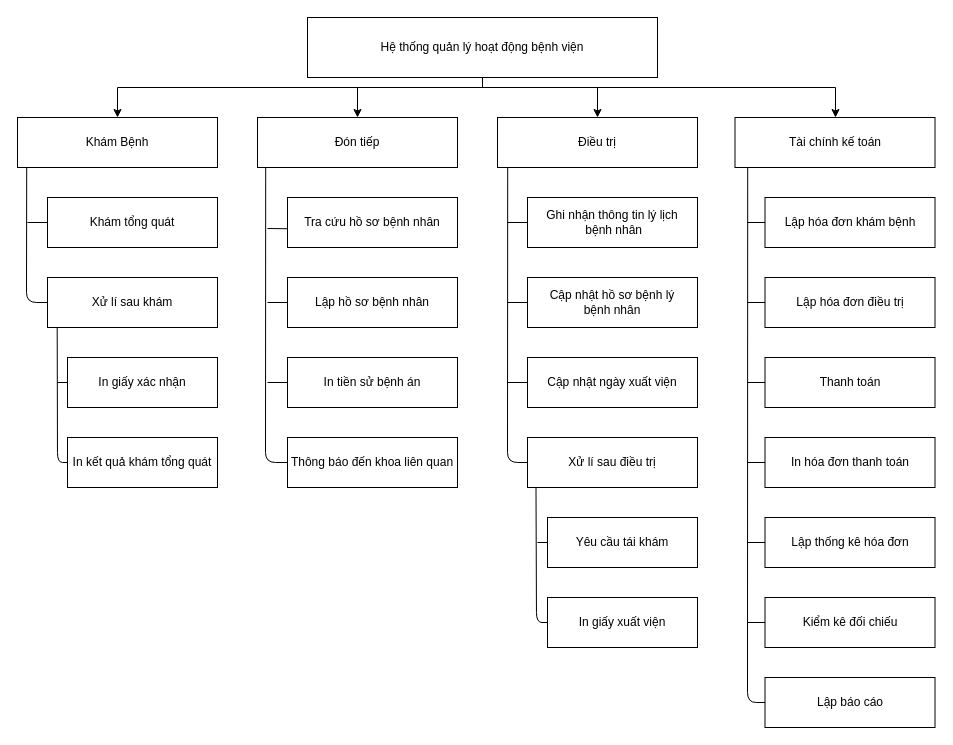
This is PhanRaChucNang.drawio from Nhatran241/HTTT, a draw.io file, before an edit. Source tidied: cells renumbered, new cells numbered last; positions are measured from the earlier drawing's top-left corner, leaving out a move shared by most shapes. Both pictures are drawn from the tidied source at 100%, with x=0, y=0 at pixel (17, 17).
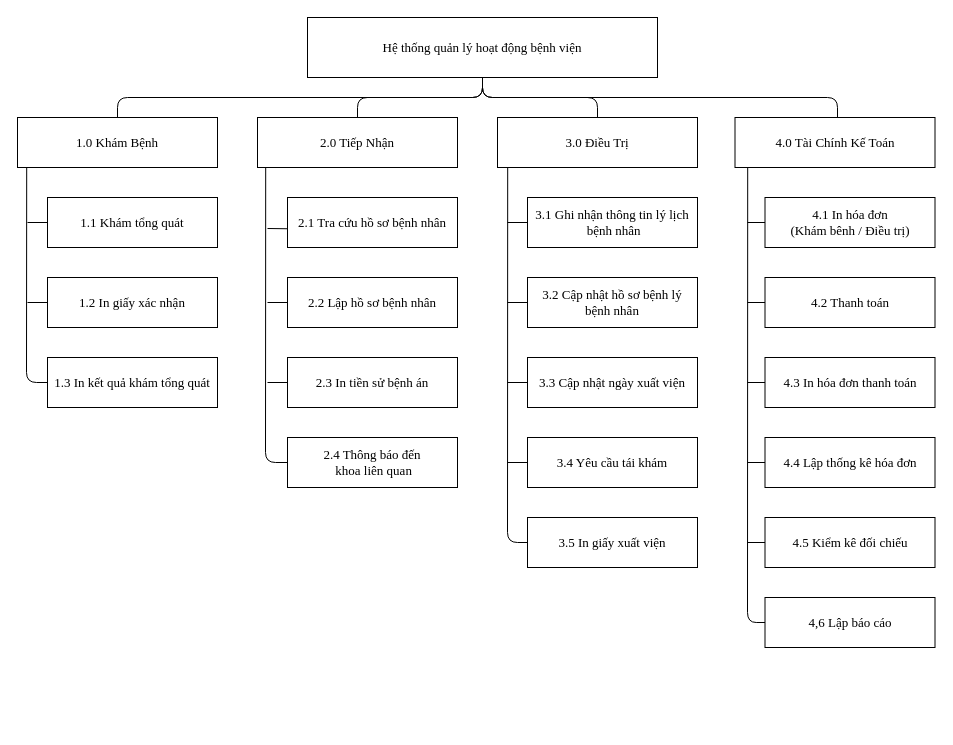
The same page after the edit.

The edit, as a diff of the source:
```diff
@@
-    <mxCell id="2" style="edgeStyle=orthogonalEdgeStyle;rounded=0;jettySize=auto;html=1;" parent="1" edge="1" source="6" target="7">
-      <mxGeometry relative="1" as="geometry">
-        <Array as="points">
-          <mxPoint x="465" y="70" />
-          <mxPoint x="100" y="70" />
-        </Array>
-      </mxGeometry>
-    </mxCell>
-    <mxCell id="3" style="edgeStyle=orthogonalEdgeStyle;rounded=0;jettySize=auto;html=1;" parent="1" edge="1" source="6" target="10">
-      <mxGeometry relative="1" as="geometry">
-        <Array as="points">
-          <mxPoint x="465" y="70" />
-          <mxPoint x="340" y="70" />
-        </Array>
-      </mxGeometry>
-    </mxCell>
-    <mxCell id="4" style="edgeStyle=orthogonalEdgeStyle;rounded=0;jettySize=auto;html=1;" parent="1" edge="1" source="6" target="16">
-      <mxGeometry relative="1" as="geometry">
-        <Array as="points">
-          <mxPoint x="465" y="70" />
-          <mxPoint x="580" y="70" />
-        </Array>
-      </mxGeometry>
-    </mxCell>
-    <mxCell id="5" style="edgeStyle=orthogonalEdgeStyle;rounded=0;jettySize=auto;html=1;" parent="1" edge="1" source="6" target="24">
-      <mxGeometry relative="1" as="geometry">
-        <Array as="points">
-          <mxPoint x="465" y="70" />
-          <mxPoint x="818" y="70" />
-        </Array>
-      </mxGeometry>
-    </mxCell>
-    <mxCell id="6" value="Hệ thống quản lý hoạt động bệnh viện" style="rounded=0;whiteSpace=wrap;html=1;" parent="1" vertex="1">
+    <mxCell id="6" value="Hệ thống quản lý hoạt động bệnh viện" style="rounded=0;whiteSpace=wrap;html=1;fontFamily=Times New Roman;fontSize=13;" parent="1" vertex="1">
       <mxGeometry x="290" width="350" height="60" as="geometry" />
     </mxCell>
-    <mxCell id="7" value="Khám Bệnh" style="rounded=0;whiteSpace=wrap;html=1;" parent="1" vertex="1">
+    <mxCell id="7" value="1.0 Khám Bệnh" style="rounded=0;whiteSpace=wrap;html=1;fontFamily=Times New Roman;fontSize=13;" parent="1" vertex="1">
       <mxGeometry y="100" width="200" height="50" as="geometry" />
     </mxCell>
-    <mxCell id="8" value="Khám tổng quát" style="rounded=0;whiteSpace=wrap;html=1;" parent="1" vertex="1">
+    <mxCell id="8" value="1.1 Khám tổng quát" style="rounded=0;whiteSpace=wrap;html=1;fontFamily=Times New Roman;fontSize=13;" parent="1" vertex="1">
       <mxGeometry x="30" y="180" width="170" height="50" as="geometry" />
     </mxCell>
-    <mxCell id="9" value="Xử lí sau khám" style="rounded=0;whiteSpace=wrap;html=1;" parent="1" vertex="1">
-      <mxGeometry x="30" y="260" width="170" height="50" as="geometry" />
-    </mxCell>
-    <mxCell id="10" value="Đón tiếp" style="rounded=0;whiteSpace=wrap;html=1;" parent="1" vertex="1">
+    <mxCell id="10" value="2.0 Tiếp Nhận" style="rounded=0;whiteSpace=wrap;html=1;fontFamily=Times New Roman;fontSize=13;" parent="1" vertex="1">
       <mxGeometry x="240" y="100" width="200" height="50" as="geometry" />
     </mxCell>
-    <mxCell id="11" value="Tra cứu hồ sơ bệnh nhân" style="rounded=0;whiteSpace=wrap;html=1;" parent="1" vertex="1">
+    <mxCell id="11" value="2.1 Tra cứu hồ sơ bệnh nhân" style="rounded=0;whiteSpace=wrap;html=1;fontFamily=Times New Roman;fontSize=13;" parent="1" vertex="1">
       <mxGeometry x="270" y="180" width="170" height="50" as="geometry" />
     </mxCell>
-    <mxCell id="12" value="Lập hồ sơ bệnh nhân" style="rounded=0;whiteSpace=wrap;html=1;" parent="1" vertex="1">
+    <mxCell id="12" value="2.2 Lập hồ sơ bệnh nhân" style="rounded=0;whiteSpace=wrap;html=1;fontFamily=Times New Roman;fontSize=13;" parent="1" vertex="1">
       <mxGeometry x="270" y="260" width="170" height="50" as="geometry" />
     </mxCell>
-    <mxCell id="13" value="In tiền sử bệnh án" style="rounded=0;whiteSpace=wrap;html=1;" parent="1" vertex="1">
+    <mxCell id="13" value="2.3 In tiền sử bệnh án" style="rounded=0;whiteSpace=wrap;html=1;fontFamily=Times New Roman;fontSize=13;" parent="1" vertex="1">
       <mxGeometry x="270" y="340" width="170" height="50" as="geometry" />
     </mxCell>
-    <mxCell id="14" value="In giấy xác nhận" style="rounded=0;whiteSpace=wrap;html=1;" parent="1" vertex="1">
-      <mxGeometry x="50" y="340" width="150" height="50" as="geometry" />
+    <mxCell id="14" value="1.2 In giấy xác nhận" style="rounded=0;whiteSpace=wrap;html=1;fontFamily=Times New Roman;fontSize=13;" parent="1" vertex="1">
+      <mxGeometry x="30" y="260" width="170" height="50" as="geometry" />
     </mxCell>
-    <mxCell id="15" value="In kết quả khám tổng quát" style="rounded=0;whiteSpace=wrap;html=1;" parent="1" vertex="1">
-      <mxGeometry x="50" y="420" width="150" height="50" as="geometry" />
+    <mxCell id="15" value="1.3 In kết quả khám tổng quát" style="rounded=0;whiteSpace=wrap;html=1;fontFamily=Times New Roman;fontSize=13;" parent="1" vertex="1">
+      <mxGeometry x="30" y="340" width="170" height="50" as="geometry" />
     </mxCell>
-    <mxCell id="16" value="Điều trị" style="rounded=0;whiteSpace=wrap;html=1;" parent="1" vertex="1">
+    <mxCell id="16" value="3.0 Điều Trị" style="rounded=0;whiteSpace=wrap;html=1;fontFamily=Times New Roman;fontSize=13;" parent="1" vertex="1">
       <mxGeometry x="480" y="100" width="200" height="50" as="geometry" />
     </mxCell>
-    <mxCell id="17" value="Ghi nhận thông tin lý lịch&lt;br&gt;&amp;nbsp;bệnh nhân" style="rounded=0;whiteSpace=wrap;html=1;" parent="1" vertex="1">
+    <mxCell id="17" value="3.1 Ghi nhận thông tin lý lịch&lt;br style=&quot;font-size: 13px;&quot;&gt;&amp;nbsp;bệnh nhân" style="rounded=0;whiteSpace=wrap;html=1;fontFamily=Times New Roman;fontSize=13;" parent="1" vertex="1">
       <mxGeometry x="510" y="180" width="170" height="50" as="geometry" />
     </mxCell>
-    <mxCell id="18" value="Cập nhật hồ sơ bệnh lý &lt;br&gt;bệnh nhân" style="rounded=0;whiteSpace=wrap;html=1;" parent="1" vertex="1">
+    <mxCell id="18" value="3.2 Cập nhật hồ sơ bệnh lý &lt;br style=&quot;font-size: 13px;&quot;&gt;bệnh nhân" style="rounded=0;whiteSpace=wrap;html=1;fontFamily=Times New Roman;fontSize=13;" parent="1" vertex="1">
       <mxGeometry x="510" y="260" width="170" height="50" as="geometry" />
     </mxCell>
-    <mxCell id="19" value="Cập nhật ngày xuất viện" style="rounded=0;whiteSpace=wrap;html=1;" parent="1" vertex="1">
+    <mxCell id="19" value="3.3 Cập nhật ngày xuất viện" style="rounded=0;whiteSpace=wrap;html=1;fontFamily=Times New Roman;fontSize=13;" parent="1" vertex="1">
       <mxGeometry x="510" y="340" width="170" height="50" as="geometry" />
     </mxCell>
-    <mxCell id="20" value="Xử lí sau điều trị" style="rounded=0;whiteSpace=wrap;html=1;" parent="1" vertex="1">
-      <mxGeometry x="510" y="420" width="170" height="50" as="geometry" />
-    </mxCell>
-    <mxCell id="21" value="Yêu cầu tái khám" style="rounded=0;whiteSpace=wrap;html=1;" parent="1" vertex="1">
-      <mxGeometry x="530" y="500" width="150" height="50" as="geometry" />
+    <mxCell id="21" value="3.4 Yêu cầu tái khám" style="rounded=0;whiteSpace=wrap;html=1;fontFamily=Times New Roman;fontSize=13;" parent="1" vertex="1">
+      <mxGeometry x="510" y="420" width="170" height="50" as="geometry" />
     </mxCell>
-    <mxCell id="22" value="In giấy xuất viện" style="rounded=0;whiteSpace=wrap;html=1;" parent="1" vertex="1">
-      <mxGeometry x="530" y="580" width="150" height="50" as="geometry" />
+    <mxCell id="22" value="3.5 In giấy xuất viện" style="rounded=0;whiteSpace=wrap;html=1;fontFamily=Times New Roman;fontSize=13;" parent="1" vertex="1">
+      <mxGeometry x="510" y="500" width="170" height="50" as="geometry" />
     </mxCell>
-    <mxCell id="23" value="Lập hóa đơn điều trị" style="rounded=0;whiteSpace=wrap;html=1;" parent="1" vertex="1">
-      <mxGeometry x="747.5" y="260" width="170" height="50" as="geometry" />
-    </mxCell>
-    <mxCell id="24" value="Tài chính kế toán" style="rounded=0;whiteSpace=wrap;html=1;" parent="1" vertex="1">
+    <mxCell id="24" value="4.0 Tài Chính Kế Toán" style="rounded=0;whiteSpace=wrap;html=1;fontFamily=Times New Roman;fontSize=13;" parent="1" vertex="1">
       <mxGeometry x="717.5" y="100" width="200" height="50" as="geometry" />
     </mxCell>
-    <mxCell id="25" value="Lập thống kê hóa đơn" style="rounded=0;whiteSpace=wrap;html=1;" parent="1" vertex="1">
-      <mxGeometry x="747.5" y="500" width="170" height="50" as="geometry" />
+    <mxCell id="25" value="4.4 Lập thống kê hóa đơn" style="rounded=0;whiteSpace=wrap;html=1;fontFamily=Times New Roman;fontSize=13;" parent="1" vertex="1">
+      <mxGeometry x="747.5" y="420" width="170" height="50" as="geometry" />
     </mxCell>
-    <mxCell id="26" value="Kiểm kê đối chiếu" style="rounded=0;whiteSpace=wrap;html=1;" parent="1" vertex="1">
-      <mxGeometry x="747.5" y="580" width="170" height="50" as="geometry" />
+    <mxCell id="26" value="4.5 Kiểm kê đối chiếu" style="rounded=0;whiteSpace=wrap;html=1;fontFamily=Times New Roman;fontSize=13;" parent="1" vertex="1">
+      <mxGeometry x="747.5" y="500" width="170" height="50" as="geometry" />
     </mxCell>
-    <mxCell id="27" value="Lập báo cáo" style="rounded=0;whiteSpace=wrap;html=1;" parent="1" vertex="1">
-      <mxGeometry x="747.5" y="660" width="170" height="50" as="geometry" />
+    <mxCell id="27" value="4,6 Lập báo cáo" style="rounded=0;whiteSpace=wrap;html=1;fontFamily=Times New Roman;fontSize=13;" parent="1" vertex="1">
+      <mxGeometry x="747.5" y="580" width="170" height="50" as="geometry" />
     </mxCell>
-    <mxCell id="28" value="Lập hóa đơn khám bệnh" style="rounded=0;whiteSpace=wrap;html=1;" parent="1" vertex="1">
+    <mxCell id="28" value="4.1 In hóa đơn&lt;br style=&quot;font-size: 13px;&quot;&gt;(Khám bênh / Điều trị)" style="rounded=0;whiteSpace=wrap;html=1;fontFamily=Times New Roman;fontSize=13;" parent="1" vertex="1">
       <mxGeometry x="747.5" y="180" width="170" height="50" as="geometry" />
     </mxCell>
-    <mxCell id="29" value="Thông báo đến khoa liên quan" style="rounded=0;whiteSpace=wrap;html=1;" parent="1" vertex="1">
+    <mxCell id="29" value="2.4 Thông báo đến&lt;br style=&quot;font-size: 13px;&quot;&gt;&amp;nbsp;khoa liên quan" style="rounded=0;whiteSpace=wrap;html=1;fontFamily=Times New Roman;fontSize=13;" parent="1" vertex="1">
       <mxGeometry x="270" y="420" width="170" height="50" as="geometry" />
     </mxCell>
-    <mxCell id="30" value="Thanh toán" style="rounded=0;whiteSpace=wrap;html=1;" parent="1" vertex="1">
-      <mxGeometry x="747.5" y="340" width="170" height="50" as="geometry" />
+    <mxCell id="30" value="4.2 Thanh toán" style="rounded=0;whiteSpace=wrap;html=1;fontFamily=Times New Roman;fontSize=13;" parent="1" vertex="1">
+      <mxGeometry x="747.5" y="260" width="170" height="50" as="geometry" />
     </mxCell>
-    <mxCell id="31" style="endArrow=none;html=1;entryX=0.046;entryY=1.005;entryDx=0;entryDy=0;entryPerimeter=0;exitX=0;exitY=0.5;exitDx=0;exitDy=0;" parent="1" edge="1" source="9" target="7">
+    <mxCell id="31" style="endArrow=none;html=1;entryX=0.046;entryY=1.005;entryDx=0;entryDy=0;entryPerimeter=0;exitX=0;exitY=0.5;exitDx=0;exitDy=0;fontFamily=Times New Roman;fontSize=13;" parent="1" edge="1" source="15" target="7">
       <mxGeometry relative="1" as="geometry">
         <Array as="points">
-          <mxPoint x="9" y="285" />
+          <mxPoint x="9" y="365" />
         </Array>
       </mxGeometry>
     </mxCell>
-    <mxCell id="32" style="endArrow=none;html=1;entryX=0;entryY=0.5;entryDx=0;entryDy=0;" parent="1" edge="1" target="8">
+    <mxCell id="32" style="endArrow=none;html=1;entryX=0;entryY=0.5;entryDx=0;entryDy=0;fontFamily=Times New Roman;fontSize=13;" parent="1" edge="1" target="8">
       <mxGeometry relative="1" as="geometry">
         <mxPoint x="10" y="205" as="sourcePoint" />
       </mxGeometry>
     </mxCell>
-    <mxCell id="33" style="endArrow=none;html=1;entryX=0.057;entryY=0.994;entryDx=0;entryDy=0;entryPerimeter=0;exitX=0;exitY=0.5;exitDx=0;exitDy=0;" parent="1" edge="1" source="15" target="9">
-      <mxGeometry relative="1" as="geometry">
-        <Array as="points">
-          <mxPoint x="40" y="445" />
-        </Array>
-      </mxGeometry>
-    </mxCell>
-    <mxCell id="34" style="endArrow=none;html=1;entryX=0.041;entryY=1.005;entryDx=0;entryDy=0;entryPerimeter=0;exitX=0;exitY=0.5;exitDx=0;exitDy=0;" parent="1" edge="1" source="29" target="10">
+    <mxCell id="34" style="endArrow=none;html=1;entryX=0.041;entryY=1.005;entryDx=0;entryDy=0;entryPerimeter=0;exitX=0;exitY=0.5;exitDx=0;exitDy=0;fontFamily=Times New Roman;fontSize=13;" parent="1" edge="1" source="29" target="10">
       <mxGeometry relative="1" as="geometry">
         <Array as="points">
           <mxPoint x="248" y="445" />
         </Array>
       </mxGeometry>
     </mxCell>
-    <mxCell id="35" style="endArrow=none;html=1;entryX=0.001;entryY=0.625;entryDx=0;entryDy=0;entryPerimeter=0;" parent="1" edge="1" target="11">
+    <mxCell id="35" style="endArrow=none;html=1;entryX=0.001;entryY=0.625;entryDx=0;entryDy=0;entryPerimeter=0;fontFamily=Times New Roman;fontSize=13;" parent="1" edge="1" target="11">
       <mxGeometry relative="1" as="geometry">
         <mxPoint x="250" y="211" as="sourcePoint" />
       </mxGeometry>
     </mxCell>
-    <mxCell id="36" style="endArrow=none;html=1;entryX=0;entryY=0.5;entryDx=0;entryDy=0;" parent="1" edge="1" target="13">
+    <mxCell id="36" style="endArrow=none;html=1;entryX=0;entryY=0.5;entryDx=0;entryDy=0;fontFamily=Times New Roman;fontSize=13;" parent="1" edge="1" target="13">
       <mxGeometry relative="1" as="geometry">
         <mxPoint x="250" y="365" as="sourcePoint" />
       </mxGeometry>
     </mxCell>
-    <mxCell id="37" style="endArrow=none;html=1;entryX=0.041;entryY=1.005;entryDx=0;entryDy=0;entryPerimeter=0;exitX=0;exitY=0.5;exitDx=0;exitDy=0;" parent="1" edge="1" source="20">
+    <mxCell id="37" style="endArrow=none;html=1;entryX=0.041;entryY=1.005;entryDx=0;entryDy=0;entryPerimeter=0;exitX=0;exitY=0.5;exitDx=0;exitDy=0;fontFamily=Times New Roman;fontSize=13;" parent="1" edge="1" source="22">
       <mxGeometry relative="1" as="geometry">
         <mxPoint x="490.2" y="150" as="targetPoint" />
         <Array as="points">
-          <mxPoint x="490" y="445" />
+          <mxPoint x="490" y="525" />
         </Array>
       </mxGeometry>
     </mxCell>
-    <mxCell id="38" style="endArrow=none;html=1;entryX=0;entryY=0.5;entryDx=0;entryDy=0;" parent="1" edge="1" target="12">
+    <mxCell id="38" style="endArrow=none;html=1;entryX=0;entryY=0.5;entryDx=0;entryDy=0;fontFamily=Times New Roman;fontSize=13;" parent="1" edge="1" target="12">
       <mxGeometry relative="1" as="geometry">
         <mxPoint x="250" y="285" as="sourcePoint" />
       </mxGeometry>
     </mxCell>
-    <mxCell id="39" style="endArrow=none;html=1;exitX=0;exitY=0.5;exitDx=0;exitDy=0;" parent="1" edge="1" source="14">
-      <mxGeometry relative="1" as="geometry">
-        <mxPoint x="40" y="365" as="targetPoint" />
-      </mxGeometry>
-    </mxCell>
-    <mxCell id="40" style="endArrow=none;html=1;entryX=0;entryY=0.5;entryDx=0;entryDy=0;" parent="1" edge="1" target="17">
+    <mxCell id="40" style="endArrow=none;html=1;entryX=0;entryY=0.5;entryDx=0;entryDy=0;fontFamily=Times New Roman;fontSize=13;" parent="1" edge="1" target="17">
       <mxGeometry relative="1" as="geometry">
         <mxPoint x="490" y="205" as="sourcePoint" />
       </mxGeometry>
     </mxCell>
-    <mxCell id="41" style="endArrow=none;html=1;entryX=0;entryY=0.5;entryDx=0;entryDy=0;" parent="1" edge="1" target="18">
+    <mxCell id="41" style="endArrow=none;html=1;entryX=0;entryY=0.5;entryDx=0;entryDy=0;fontFamily=Times New Roman;fontSize=13;" parent="1" edge="1" target="18">
       <mxGeometry relative="1" as="geometry">
         <mxPoint x="490" y="285" as="sourcePoint" />
       </mxGeometry>
     </mxCell>
-    <mxCell id="42" style="endArrow=none;html=1;entryX=0;entryY=0.5;entryDx=0;entryDy=0;" parent="1" edge="1" target="19">
+    <mxCell id="42" style="endArrow=none;html=1;entryX=0;entryY=0.5;entryDx=0;entryDy=0;fontFamily=Times New Roman;fontSize=13;" parent="1" edge="1" target="19">
       <mxGeometry relative="1" as="geometry">
         <mxPoint x="490" y="365" as="sourcePoint" />
       </mxGeometry>
     </mxCell>
-    <mxCell id="43" style="endArrow=none;html=1;entryX=0.05;entryY=1;entryDx=0;entryDy=0;entryPerimeter=0;exitX=0;exitY=0.5;exitDx=0;exitDy=0;" parent="1" edge="1" source="22" target="20">
-      <mxGeometry relative="1" as="geometry">
-        <Array as="points">
-          <mxPoint x="519" y="605" />
-        </Array>
-      </mxGeometry>
-    </mxCell>
-    <mxCell id="44" style="endArrow=none;html=1;entryX=0;entryY=0.5;entryDx=0;entryDy=0;" parent="1" edge="1" target="21">
-      <mxGeometry relative="1" as="geometry">
-        <mxPoint x="520" y="525" as="sourcePoint" />
-      </mxGeometry>
-    </mxCell>
-    <mxCell id="45" style="endArrow=none;html=1;entryX=0.041;entryY=1.005;entryDx=0;entryDy=0;entryPerimeter=0;exitX=0;exitY=0.5;exitDx=0;exitDy=0;" parent="1" edge="1" source="27">
+    <mxCell id="45" style="endArrow=none;html=1;entryX=0.041;entryY=1.005;entryDx=0;entryDy=0;entryPerimeter=0;exitX=0;exitY=0.5;exitDx=0;exitDy=0;fontFamily=Times New Roman;fontSize=13;" parent="1" edge="1" source="27">
       <mxGeometry relative="1" as="geometry">
         <mxPoint x="730.2" y="150" as="targetPoint" />
         <Array as="points">
-          <mxPoint x="730" y="685" />
+          <mxPoint x="730" y="605" />
         </Array>
       </mxGeometry>
     </mxCell>
-    <mxCell id="46" style="endArrow=none;html=1;entryX=0;entryY=0.5;entryDx=0;entryDy=0;" parent="1" edge="1" target="28">
+    <mxCell id="46" style="endArrow=none;html=1;entryX=0;entryY=0.5;entryDx=0;entryDy=0;fontFamily=Times New Roman;fontSize=13;" parent="1" edge="1" target="28">
       <mxGeometry relative="1" as="geometry">
         <mxPoint x="730" y="205" as="sourcePoint" />
       </mxGeometry>
     </mxCell>
-    <mxCell id="47" style="endArrow=none;html=1;entryX=0;entryY=0.5;entryDx=0;entryDy=0;" parent="1" edge="1" target="23">
-      <mxGeometry relative="1" as="geometry">
-        <mxPoint x="730" y="285" as="sourcePoint" />
-      </mxGeometry>
-    </mxCell>
-    <mxCell id="48" style="endArrow=none;html=1;entryX=0;entryY=0.5;entryDx=0;entryDy=0;" parent="1" edge="1" target="30">
+    <mxCell id="48" style="endArrow=none;html=1;entryX=0;entryY=0.5;entryDx=0;entryDy=0;fontFamily=Times New Roman;fontSize=13;" parent="1" edge="1" target="30">
       <mxGeometry relative="1" as="geometry">
-        <mxPoint x="730" y="365" as="sourcePoint" />
+        <mxPoint x="730" y="285" as="sourcePoint" />
       </mxGeometry>
     </mxCell>
-    <mxCell id="49" style="endArrow=none;html=1;entryX=0;entryY=0.5;entryDx=0;entryDy=0;" parent="1" edge="1" target="25">
+    <mxCell id="49" style="endArrow=none;html=1;entryX=0;entryY=0.5;entryDx=0;entryDy=0;fontFamily=Times New Roman;fontSize=13;" parent="1" edge="1" target="25">
       <mxGeometry relative="1" as="geometry">
-        <mxPoint x="730" y="525" as="sourcePoint" />
+        <mxPoint x="730" y="445" as="sourcePoint" />
       </mxGeometry>
     </mxCell>
-    <mxCell id="50" style="endArrow=none;html=1;entryX=0;entryY=0.5;entryDx=0;entryDy=0;" parent="1" edge="1" target="26">
+    <mxCell id="50" style="endArrow=none;html=1;entryX=0;entryY=0.5;entryDx=0;entryDy=0;fontFamily=Times New Roman;fontSize=13;" parent="1" edge="1" target="26">
       <mxGeometry relative="1" as="geometry">
-        <mxPoint x="730" y="605" as="sourcePoint" />
+        <mxPoint x="730" y="525" as="sourcePoint" />
       </mxGeometry>
     </mxCell>
-    <mxCell id="51" value="In hóa đơn thanh toán" style="rounded=0;whiteSpace=wrap;html=1;" parent="1" vertex="1">
-      <mxGeometry x="747.5" y="420" width="170" height="50" as="geometry" />
+    <mxCell id="51" value="4.3 In hóa đơn thanh toán" style="rounded=0;whiteSpace=wrap;html=1;fontFamily=Times New Roman;fontSize=13;" parent="1" vertex="1">
+      <mxGeometry x="747.5" y="340" width="170" height="50" as="geometry" />
     </mxCell>
-    <mxCell id="52" style="endArrow=none;html=1;entryX=0;entryY=0.5;entryDx=0;entryDy=0;" parent="1" edge="1" target="51">
+    <mxCell id="52" style="endArrow=none;html=1;entryX=0;entryY=0.5;entryDx=0;entryDy=0;fontFamily=Times New Roman;fontSize=13;" parent="1" edge="1" target="51">
       <mxGeometry relative="1" as="geometry">
-        <mxPoint x="730" y="445" as="sourcePoint" />
+        <mxPoint x="730" y="365" as="sourcePoint" />
       </mxGeometry>
     </mxCell>
+    <mxCell id="53" style="endArrow=none;html=1;entryX=0;entryY=0.5;entryDx=0;entryDy=0;fontFamily=Times New Roman;fontSize=13;" parent="1" edge="1" target="14">
+      <mxGeometry relative="1" as="geometry">
+        <mxPoint x="10" y="285" as="sourcePoint" />
+      </mxGeometry>
+    </mxCell>
+    <mxCell id="54" style="endArrow=none;html=1;entryX=0;entryY=0.5;entryDx=0;entryDy=0;fontFamily=Times New Roman;fontSize=13;" parent="1" edge="1" target="21">
+      <mxGeometry relative="1" as="geometry">
+        <mxPoint x="490" y="445" as="sourcePoint" />
+      </mxGeometry>
+    </mxCell>
+    <mxCell id="55" style="endArrow=none;html=1;entryX=0.5;entryY=1;entryDx=0;entryDy=0;exitX=0.5;exitY=0;exitDx=0;exitDy=0;fontFamily=Times New Roman;fontSize=13;" parent="1" edge="1" source="7" target="6">
+      <mxGeometry relative="1" as="geometry">
+        <Array as="points">
+          <mxPoint x="100" y="80" />
+          <mxPoint x="465" y="80" />
+        </Array>
+      </mxGeometry>
+    </mxCell>
+    <mxCell id="56" style="endArrow=none;html=1;entryX=0.5;entryY=1;entryDx=0;entryDy=0;exitX=0.5;exitY=0;exitDx=0;exitDy=0;fontFamily=Times New Roman;fontSize=13;" parent="1" edge="1" source="10" target="6">
+      <mxGeometry relative="1" as="geometry">
+        <Array as="points">
+          <mxPoint x="340" y="80" />
+          <mxPoint x="465" y="80" />
+        </Array>
+      </mxGeometry>
+    </mxCell>
+    <mxCell id="57" style="endArrow=none;html=1;exitX=0.5;exitY=0;exitDx=0;exitDy=0;entryX=0.5;entryY=1;entryDx=0;entryDy=0;fontFamily=Times New Roman;fontSize=13;" parent="1" edge="1" source="16" target="6">
+      <mxGeometry relative="1" as="geometry">
+        <Array as="points">
+          <mxPoint x="580" y="80" />
+          <mxPoint x="465" y="80" />
+        </Array>
+      </mxGeometry>
+    </mxCell>
+    <mxCell id="58" style="endArrow=none;html=1;entryX=0.5;entryY=1;entryDx=0;entryDy=0;fontFamily=Times New Roman;fontSize=13;" parent="1" edge="1" target="6">
+      <mxGeometry relative="1" as="geometry">
+        <mxPoint x="820" y="100" as="sourcePoint" />
+        <Array as="points">
+          <mxPoint x="820" y="80" />
+          <mxPoint x="465" y="80" />
+        </Array>
+      </mxGeometry>
+    </mxCell>
```
